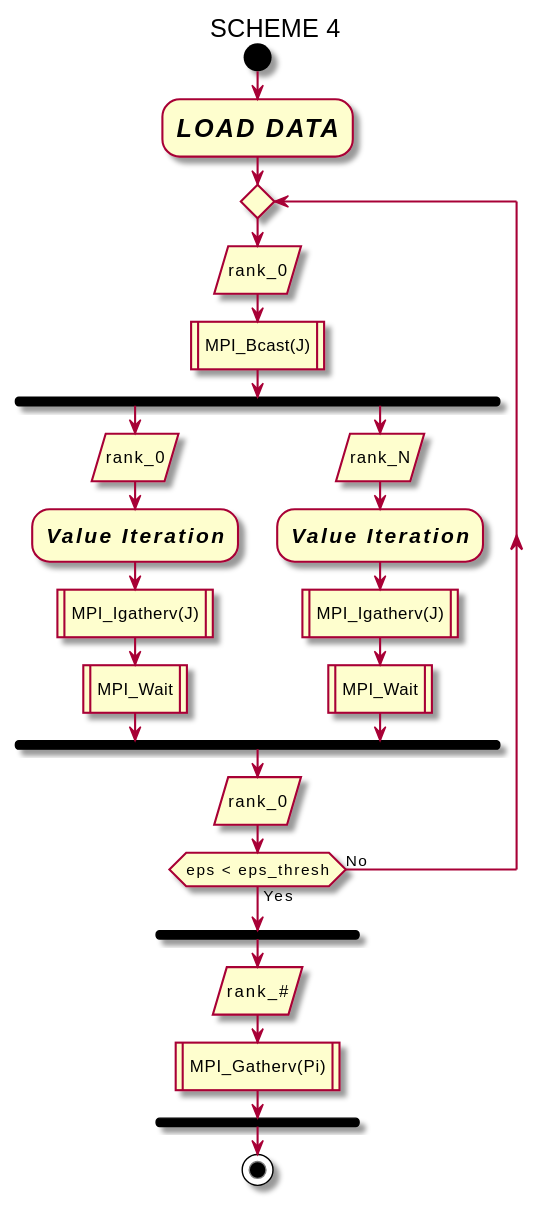
The PlantUML diagram out/src/scheme4/scheme4.svg in hashkode/hpcfmi-mpivi, before a commit.
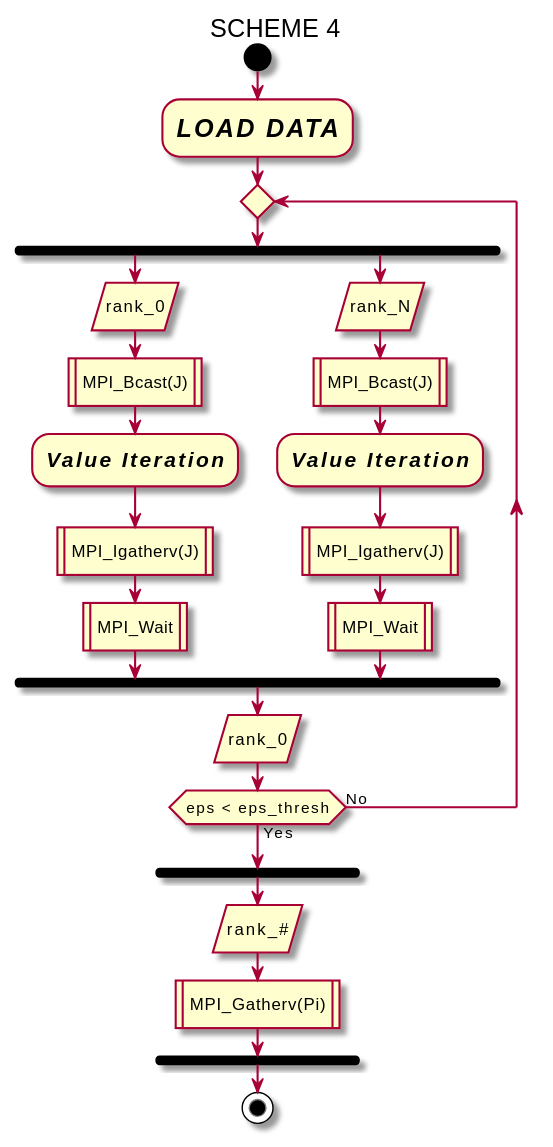
Later version of the same file.

Diff of the diagram source:
```diff
@@ -3,15 +3,15 @@
 start
 :<size:18><i><b>LOAD DATA</b></i></size>;
 repeat
-   :rank_0/
-   :MPI_Bcast(J)|
 fork
     :rank_0/
+    :MPI_Bcast(J)|
 :<size:15><i><b>Value Iteration</b></i></size>;
 :MPI_Igatherv(J)|
 :MPI_Wait|
 fork again
     :rank_N/
+    :MPI_Bcast(J)|
 :<size:15><i><b>Value Iteration</b></i></size>;
 :MPI_Igatherv(J)|
 :MPI_Wait|
```
